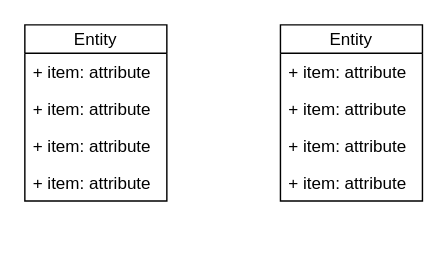
Earlier version of the draw.io diagram ERD.drawio (Trivoz/Trivoz). Source tidied: cells renumbered, new cells numbered last; positions are measured from the earlier drawing's top-left corner, leaving out a move shared by most shapes. Both pictures are drawn from the tidied source at 142%, with x=0, y=0 at pixel (24, 24).
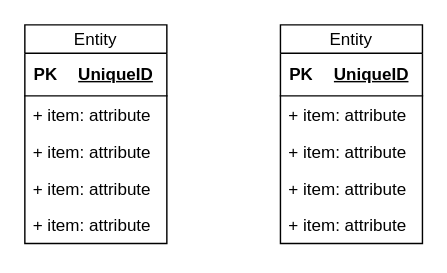
Above is the later version.

What changed in the source:
```diff
@@
 <mxGraphModel>
   <root>
     <mxCell id="0" />
     <mxCell id="1" parent="0" />
     <mxCell id="2" value="Entity" style="swimlane;fontStyle=0;horizontal=1;startSize=20;fillColor=#ffffff;swimlaneFillColor=#ffffff;" parent="1" vertex="1">
-      <mxGeometry width="100" height="124" as="geometry" />
+      <mxGeometry width="100" height="154" as="geometry" />
     </mxCell>
+    <mxCell id="12" style="shape=table;startSize=0;childLayout=tableLayout;rowLines=0;fontStyle=0;align=center;strokeColor=none;fillColor=none;" parent="2" vertex="1">
+      <mxGeometry y="20" width="100" height="30" as="geometry" />
+    </mxCell>
+    <mxCell id="13" style="shape=tableRow;horizontal=0;startSize=0;swimlaneHead=0;swimlaneBody=0;fillColor=none;top=0;left=0;right=0;bottom=1;" parent="12" vertex="1">
+      <mxGeometry width="100" height="30" as="geometry" />
+    </mxCell>
+    <mxCell id="14" value="PK" style="shape=partialRectangle;fillColor=none;top=0;left=0;bottom=0;right=0;fontStyle=1;overflow=hidden;whiteSpace=wrap;html=1;" parent="13" vertex="1">
+      <mxGeometry width="30" height="30" as="geometry" />
+    </mxCell>
+    <mxCell id="15" value="UniqueID" style="shape=partialRectangle;fillColor=none;top=0;left=0;bottom=0;right=0;align=left;spacingLeft=6;fontStyle=5;overflow=hidden;whiteSpace=wrap;html=1;" parent="13" vertex="1">
+      <mxGeometry x="30" width="70" height="30" as="geometry" />
+    </mxCell>
     <mxCell id="3" value="+ item: attribute" style="text;strokeColor=none;fillColor=none;align=left;verticalAlign=top;spacingLeft=4;spacingRight=4;overflow=hidden;whiteSpace=wrap;html=1;" parent="2" vertex="1">
-      <mxGeometry y="20" width="100" height="26" as="geometry" />
+      <mxGeometry y="50" width="100" height="26" as="geometry" />
     </mxCell>
     <mxCell id="4" value="+ item: attribute" style="text;strokeColor=none;fillColor=none;align=left;verticalAlign=top;spacingLeft=4;spacingRight=4;overflow=hidden;whiteSpace=wrap;html=1;" parent="2" vertex="1">
-      <mxGeometry y="46" width="100" height="26" as="geometry" />
+      <mxGeometry y="76" width="100" height="26" as="geometry" />
     </mxCell>
     <mxCell id="5" value="+ item: attribute" style="text;strokeColor=none;fillColor=none;align=left;verticalAlign=top;spacingLeft=4;spacingRight=4;overflow=hidden;whiteSpace=wrap;html=1;" parent="2" vertex="1">
-      <mxGeometry y="72" width="100" height="26" as="geometry" />
+      <mxGeometry y="102" width="100" height="26" as="geometry" />
     </mxCell>
     <mxCell id="6" value="+ item: attribute" style="text;strokeColor=none;fillColor=none;align=left;verticalAlign=top;spacingLeft=4;spacingRight=4;overflow=hidden;whiteSpace=wrap;html=1;" parent="2" vertex="1">
-      <mxGeometry y="98" width="100" height="26" as="geometry" />
+      <mxGeometry y="128" width="100" height="26" as="geometry" />
     </mxCell>
     <mxCell id="7" value="Entity" style="swimlane;fontStyle=0;horizontal=1;startSize=20;fillColor=#ffffff;swimlaneFillColor=#ffffff;" parent="1" vertex="1">
-      <mxGeometry x="180" width="100" height="124" as="geometry" />
+      <mxGeometry x="180" width="100" height="154" as="geometry" />
     </mxCell>
+    <mxCell id="16" style="shape=table;startSize=0;childLayout=tableLayout;rowLines=0;fontStyle=0;align=center;strokeColor=none;fillColor=none;" parent="7" vertex="1">
+      <mxGeometry y="20" width="100" height="30" as="geometry" />
+    </mxCell>
+    <mxCell id="17" style="shape=tableRow;horizontal=0;startSize=0;swimlaneHead=0;swimlaneBody=0;fillColor=none;top=0;left=0;right=0;bottom=1;" parent="16" vertex="1">
+      <mxGeometry width="100" height="30" as="geometry" />
+    </mxCell>
+    <mxCell id="18" value="PK" style="shape=partialRectangle;fillColor=none;top=0;left=0;bottom=0;right=0;fontStyle=1;overflow=hidden;whiteSpace=wrap;html=1;" parent="17" vertex="1">
+      <mxGeometry width="30" height="30" as="geometry" />
+    </mxCell>
+    <mxCell id="19" value="UniqueID" style="shape=partialRectangle;fillColor=none;top=0;left=0;bottom=0;right=0;align=left;spacingLeft=6;fontStyle=5;overflow=hidden;whiteSpace=wrap;html=1;" parent="17" vertex="1">
+      <mxGeometry x="30" width="70" height="30" as="geometry" />
+    </mxCell>
     <mxCell id="8" value="+ item: attribute" style="text;strokeColor=none;fillColor=none;align=left;verticalAlign=top;spacingLeft=4;spacingRight=4;overflow=hidden;whiteSpace=wrap;html=1;" parent="7" vertex="1">
-      <mxGeometry y="20" width="100" height="26" as="geometry" />
+      <mxGeometry y="50" width="100" height="26" as="geometry" />
     </mxCell>
     <mxCell id="9" value="+ item: attribute" style="text;strokeColor=none;fillColor=none;align=left;verticalAlign=top;spacingLeft=4;spacingRight=4;overflow=hidden;whiteSpace=wrap;html=1;" parent="7" vertex="1">
-      <mxGeometry y="46" width="100" height="26" as="geometry" />
+      <mxGeometry y="76" width="100" height="26" as="geometry" />
     </mxCell>
     <mxCell id="10" value="+ item: attribute" style="text;strokeColor=none;fillColor=none;align=left;verticalAlign=top;spacingLeft=4;spacingRight=4;overflow=hidden;whiteSpace=wrap;html=1;" parent="7" vertex="1">
-      <mxGeometry y="72" width="100" height="26" as="geometry" />
+      <mxGeometry y="102" width="100" height="26" as="geometry" />
     </mxCell>
     <mxCell id="11" value="+ item: attribute" style="text;strokeColor=none;fillColor=none;align=left;verticalAlign=top;spacingLeft=4;spacingRight=4;overflow=hidden;whiteSpace=wrap;html=1;" parent="7" vertex="1">
-      <mxGeometry y="98" width="100" height="26" as="geometry" />
+      <mxGeometry y="128" width="100" height="26" as="geometry" />
     </mxCell>
   </root>
 </mxGraphModel>
```
